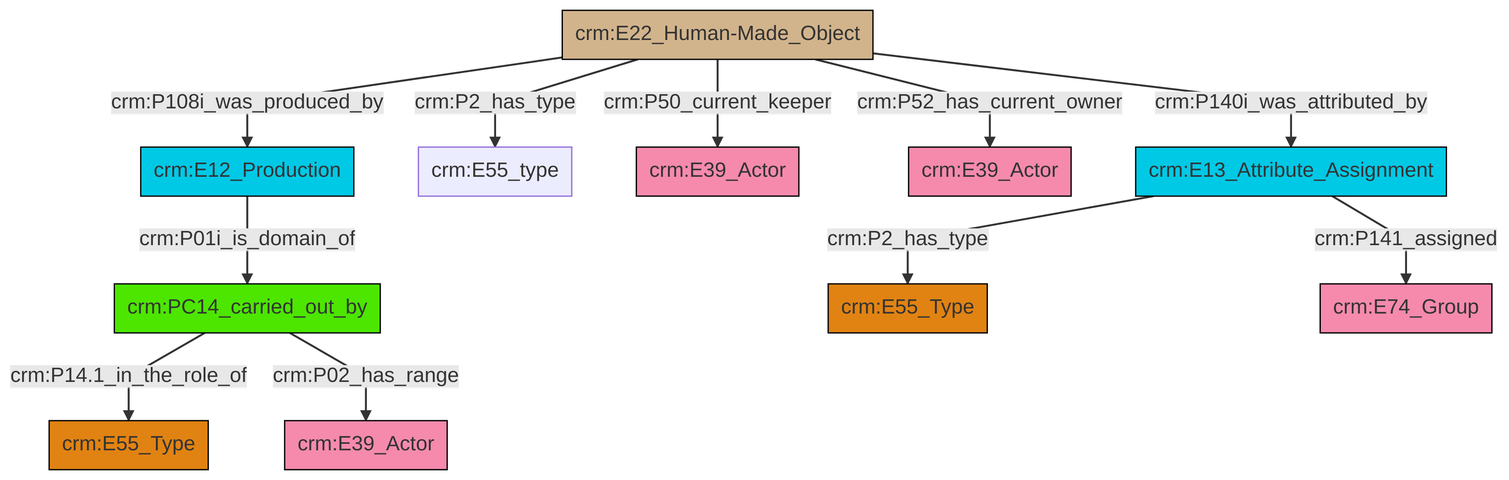
Above: et/artworkCSV/ttl/mmd/png/Artwork_Actor_Relations.png in swiss-art-research-net/reference-data-models (Mermaid), before the change. Its source is kept beside it as et/artworkCSV/ttl/mmd/Artwork_Actor_Relations.ttl.mmd.
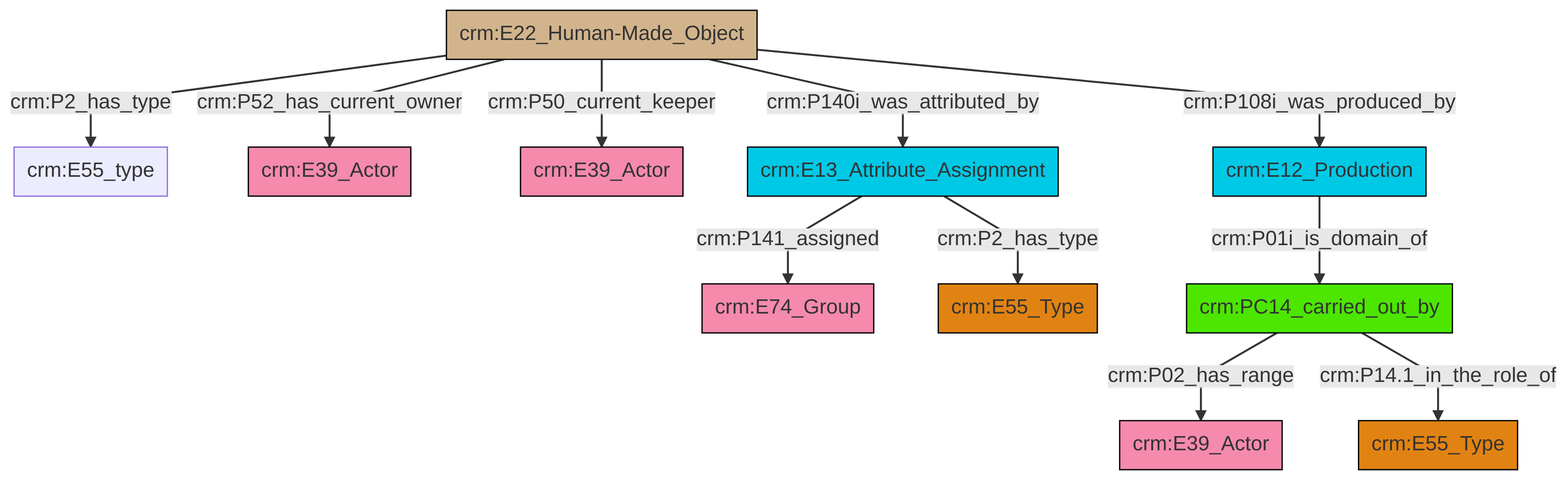
The same file after the commit.

What changed in the source:
```diff
@@ -13,13 +13,13 @@
 classDef PC_Classes fill:#4ce600, stroke:#000000;
 classDef Multi fill:#cccccc,stroke:#000000;
 
-0["crm:PC14_carried_out_by"]:::PC_Classes -->|crm:P14.1_in_the_role_of| 1["crm:E55_Type"]:::Type
-0["crm:PC14_carried_out_by"]:::PC_Classes -->|crm:P02_has_range| 4["crm:E39_Actor"]:::Actor
-5["crm:E22_Human-Made_Object"]:::Physical_Thing -->|crm:P2_has_type| 6["crm:E55_type"]:::Default
-5["crm:E22_Human-Made_Object"]:::Physical_Thing -->|crm:P50_current_keeper| 9["crm:E39_Actor"]:::Actor
-5["crm:E22_Human-Made_Object"]:::Physical_Thing -->|crm:P108i_was_produced_by| 16["crm:E12_Production"]:::Temporal_Entity
-5["crm:E22_Human-Made_Object"]:::Physical_Thing -->|crm:P140i_was_attributed_by| 2["crm:E13_Attribute_Assignment"]:::Temporal_Entity
-16["crm:E12_Production"]:::Temporal_Entity -->|crm:P01i_is_domain_of| 0["crm:PC14_carried_out_by"]:::PC_Classes
-5["crm:E22_Human-Made_Object"]:::Physical_Thing -->|crm:P52_has_current_owner| 12["crm:E39_Actor"]:::Actor
-2["crm:E13_Attribute_Assignment"]:::Temporal_Entity -->|crm:P2_has_type| 7["crm:E55_Type"]:::Type
-2["crm:E13_Attribute_Assignment"]:::Temporal_Entity -->|crm:P141_assigned| 18["crm:E74_Group"]:::Actor
+4["crm:E22_Human-Made_Object"]:::Physical_Thing -->|crm:P52_has_current_owner| 5["crm:E39_Actor"]:::Actor
+4["crm:E22_Human-Made_Object"]:::Physical_Thing -->|crm:P50_current_keeper| 8["crm:E39_Actor"]:::Actor
+4["crm:E22_Human-Made_Object"]:::Physical_Thing -->|crm:P140i_was_attributed_by| 9["crm:E13_Attribute_Assignment"]:::Temporal_Entity
+11["crm:PC14_carried_out_by"]:::PC_Classes -->|crm:P02_has_range| 12["crm:E39_Actor"]:::Actor
+9["crm:E13_Attribute_Assignment"]:::Temporal_Entity -->|crm:P2_has_type| 6["crm:E55_Type"]:::Type
+4["crm:E22_Human-Made_Object"]:::Physical_Thing -->|crm:P108i_was_produced_by| 15["crm:E12_Production"]:::Temporal_Entity
+9["crm:E13_Attribute_Assignment"]:::Temporal_Entity -->|crm:P141_assigned| 0["crm:E74_Group"]:::Actor
+4["crm:E22_Human-Made_Object"]:::Physical_Thing -->|crm:P2_has_type| 2["crm:E55_type"]:::Default
+11["crm:PC14_carried_out_by"]:::PC_Classes -->|crm:P14.1_in_the_role_of| 18["crm:E55_Type"]:::Type
+15["crm:E12_Production"]:::Temporal_Entity -->|crm:P01i_is_domain_of| 11["crm:PC14_carried_out_by"]:::PC_Classes
```
